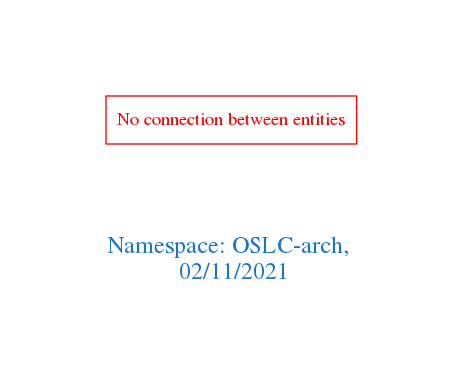
The Graphviz diagram downloads/OSLC-arch.png in arago/OGIT, before a commit. Its source is kept beside it as downloads/OSLC-arch.dot.
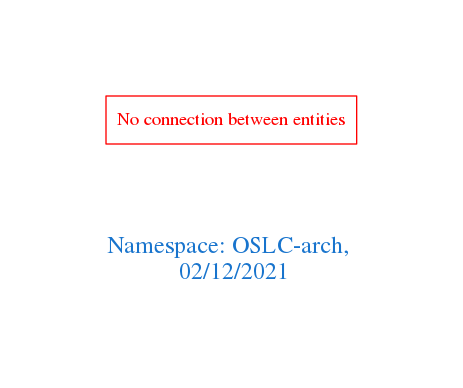
The same file after the commit.

What changed in the source:
```diff
@@ -1,7 +1,7 @@
 digraph OGIT_ontology {
  graph [ rankdir= LR,pad=1
 fontsize = 18,
-fontcolor= dodgerblue3,label = "\n\n\nNamespace: OSLC-arch, \n 02/11/2021"];
+fontcolor= dodgerblue3,label = "\n\n\nNamespace: OSLC-arch, \n 02/12/2021"];
 node[shape=polygon];
 edge [  color="gray81"];
 
```
